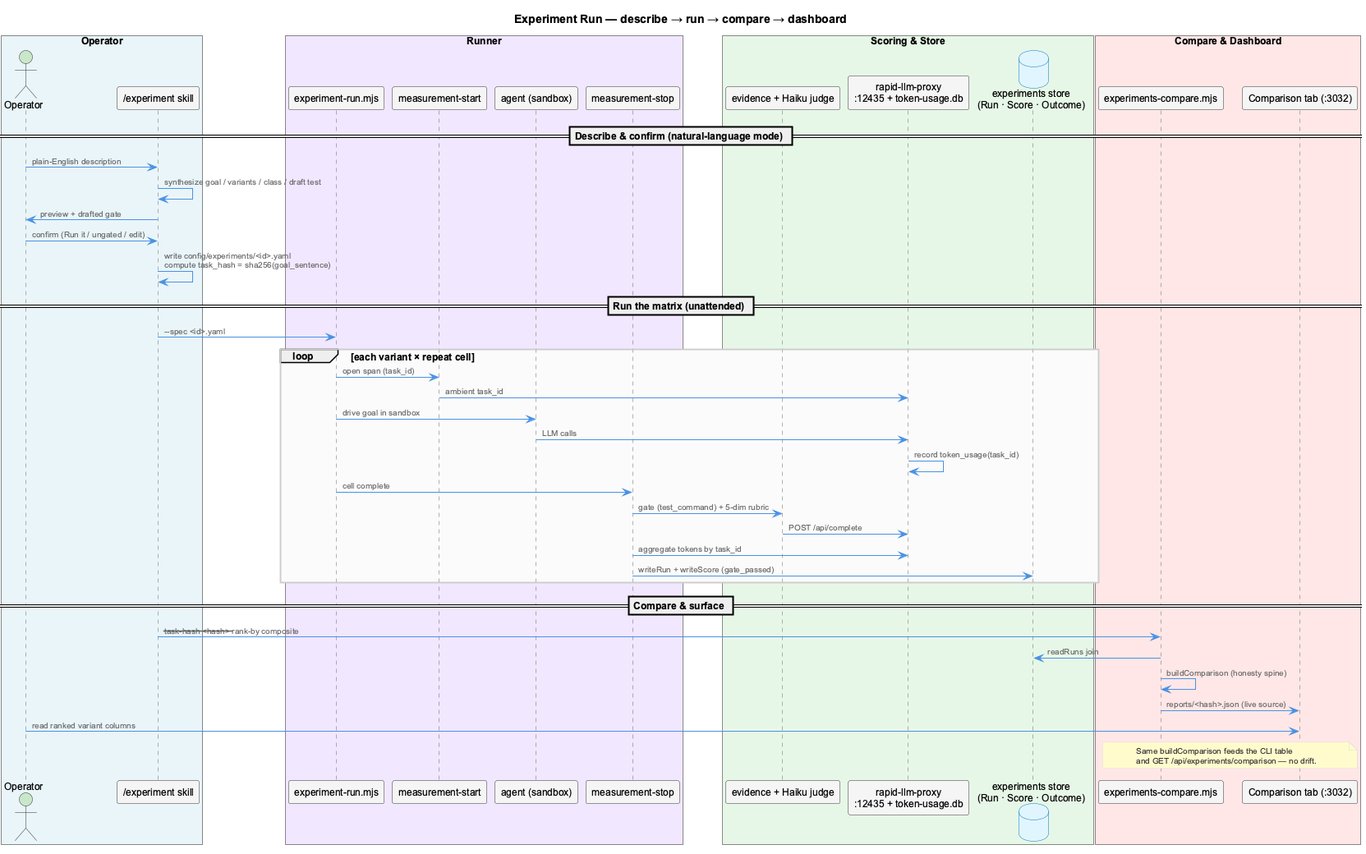
Before: docs/images/experiment-run-sequence.png, a diagram exported from PlantUML (fwornle/coding).
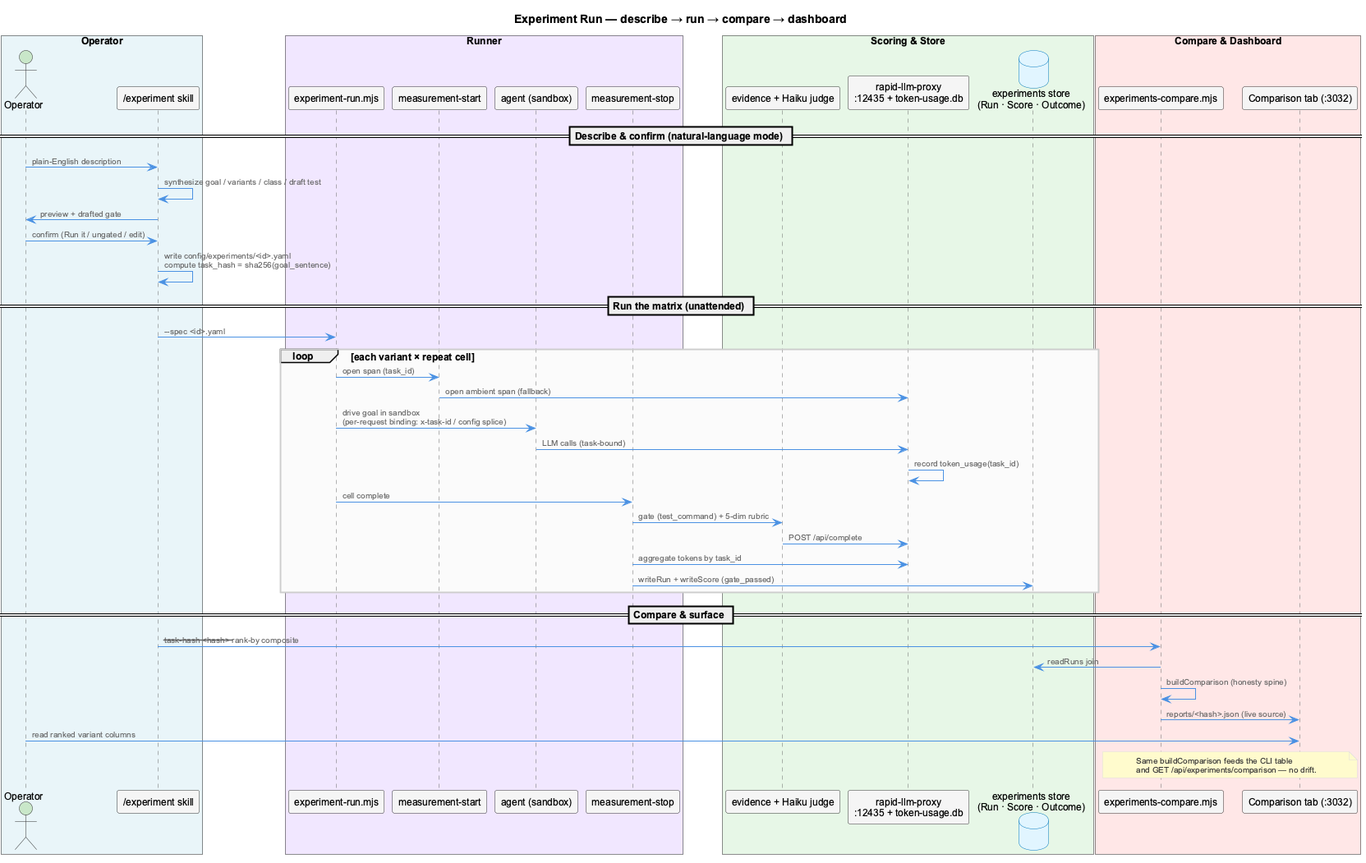
After the commit.

Change to the diagram source:
```diff
@@ -37,9 +37,9 @@
 skill -> runner: --spec <id>.yaml
 loop each variant × repeat cell
     runner -> mstart: open span (task_id)
-    mstart -> proxy: ambient task_id
-    runner -> agent: drive goal in sandbox
-    agent -> proxy: LLM calls
+    mstart -> proxy: open ambient span (fallback)
+    runner -> agent: drive goal in sandbox\n(per-request binding: x-task-id / config splice)
+    agent -> proxy: LLM calls (task-bound)
     proxy -> proxy: record token_usage(task_id)
     runner -> mstop: cell complete
     mstop -> judge: gate (test_command) + 5-dim rubric
```
